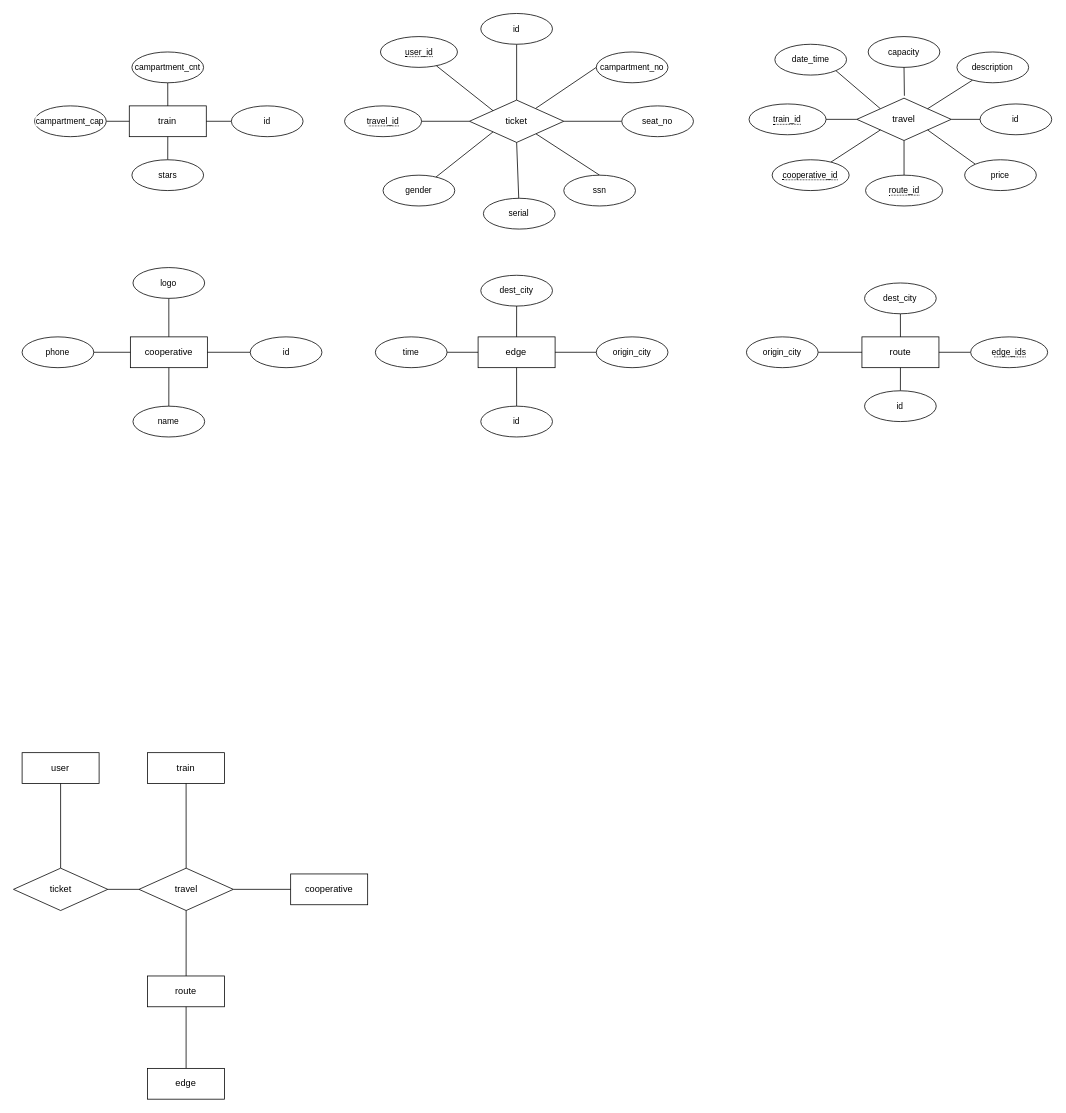
Before: page "train_subsystem" (3 of 3) of diagram.drawio in MMDs-team/babali, a draw.io diagram. Source tidied: cells renumbered, new cells numbered last; positions are measured from the earlier drawing's top-left corner, leaving out a move shared by most shapes. Both pictures are drawn from the tidied source at 77%, with x=0, y=0 at pixel (13, 13).
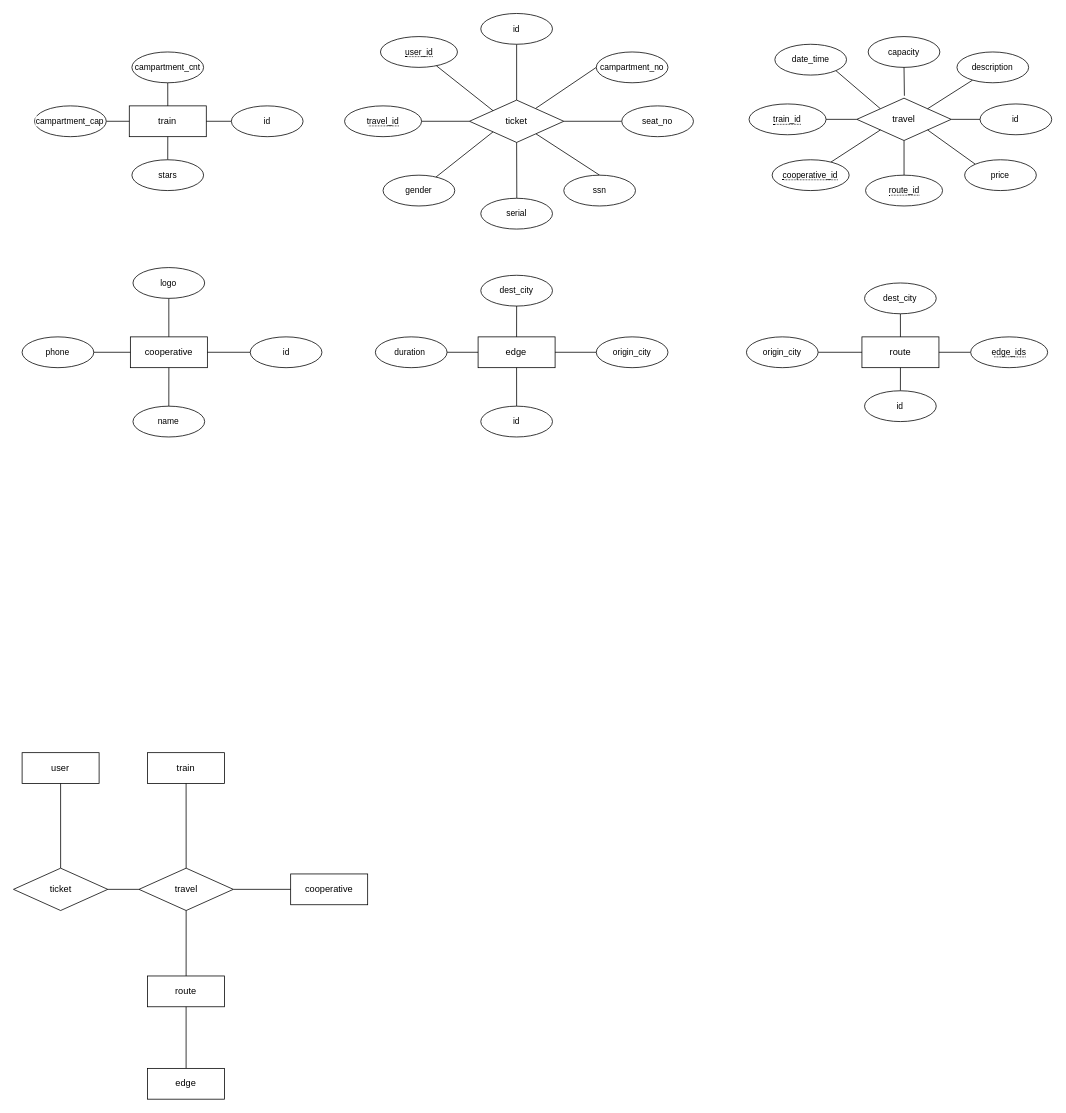
After the change.

Change to the diagram source:
```diff
@@
-    <mxCell id="50" value="time" style="ellipse;whiteSpace=wrap;html=1;fontFamily=Helvetica;fontSize=11;fontColor=default;labelBackgroundColor=default;" parent="1" vertex="1">
+    <mxCell id="50" value="duration&amp;nbsp;" style="ellipse;whiteSpace=wrap;html=1;fontFamily=Helvetica;fontSize=11;fontColor=default;labelBackgroundColor=default;" parent="1" vertex="1">
       <mxGeometry x="470" y="420" width="93.1" height="40" as="geometry" />
     </mxCell>
@@
     <mxCell id="55" value="serial" style="ellipse;whiteSpace=wrap;html=1;fontFamily=Helvetica;fontSize=11;fontColor=default;labelBackgroundColor=default;" parent="1" vertex="1">
-      <mxGeometry x="610.3" y="240" width="93.1" height="40" as="geometry" />
+      <mxGeometry x="606.9" y="240" width="93.1" height="40" as="geometry" />
     </mxCell>
```
